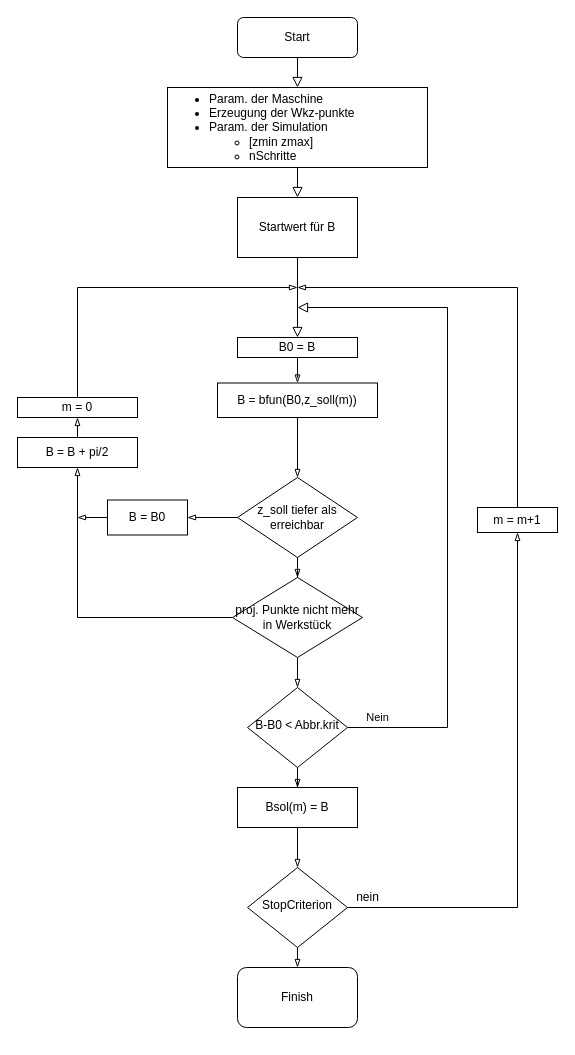
This is Untitled Diagram.drawio from ChrisCalzolaio/ba, a draw.io file, before an edit. Source tidied: cells renumbered, new cells numbered last; positions are measured from the earlier drawing's top-left corner, leaving out a move shared by most shapes. Both pictures are drawn from the tidied source at 100%, with x=0, y=0 at pixel (17, 17).
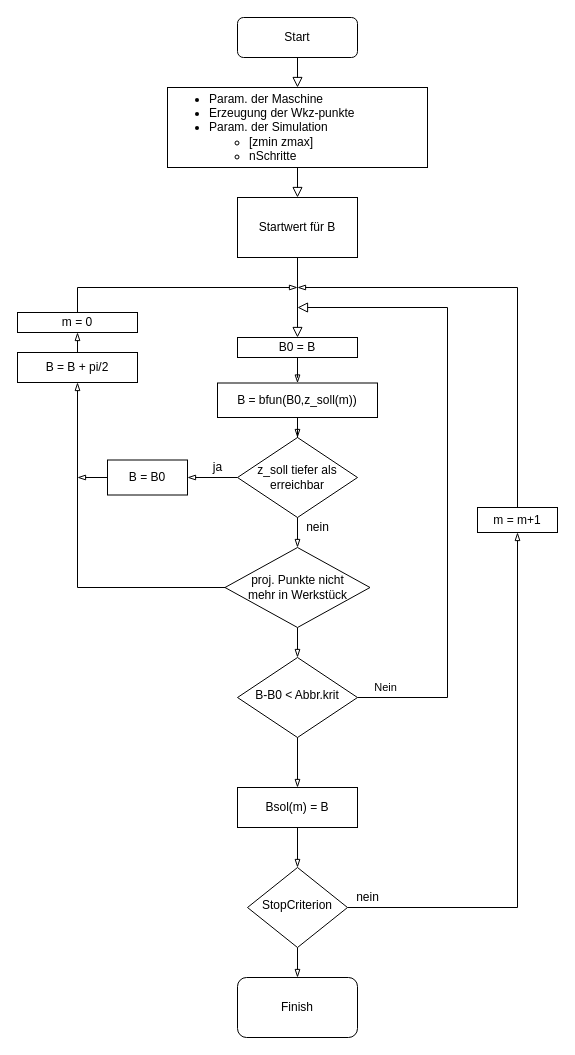
Above is the later version.

Commit message:
added break criterion for z_soll out of bounds

The edit, as a diff of the source:
```diff
@@
     <mxCell id="4" value="Nein" style="edgeStyle=orthogonalEdgeStyle;rounded=0;html=1;jettySize=auto;fontSize=11;endArrow=block;endFill=0;endSize=8;strokeWidth=1;shadow=0;labelBackgroundColor=none;" parent="1" edge="1" source="5">
       <mxGeometry x="-0.91" y="10" relative="1" as="geometry">
         <mxPoint x="280" y="290" as="targetPoint" />
         <Array as="points">
-          <mxPoint x="430" y="710" />
+          <mxPoint x="430" y="680" />
           <mxPoint x="430" y="290" />
         </Array>
       </mxGeometry>
     </mxCell>
     <mxCell id="5" value="B-B0 &amp;lt; Abbr.krit" style="rhombus;whiteSpace=wrap;html=1;shadow=0;fontFamily=Helvetica;fontSize=12;align=center;strokeWidth=1;spacing=6;spacingTop=-4;" parent="1" vertex="1">
-      <mxGeometry x="230" y="670" width="100" height="80" as="geometry" />
+      <mxGeometry x="220" y="640" width="120" height="80" as="geometry" />
     </mxCell>
@@
     <mxCell id="17" value="z_soll tiefer als erreichbar" style="rhombus;whiteSpace=wrap;html=1;" parent="1" vertex="1">
-      <mxGeometry x="220" y="460" width="120" height="80" as="geometry" />
+      <mxGeometry x="220" y="420" width="120" height="80" as="geometry" />
     </mxCell>
@@
     <mxCell id="20" value="B = B + pi/2" style="rounded=0;whiteSpace=wrap;html=1;" parent="1" vertex="1">
-      <mxGeometry y="420" width="120" height="30" as="geometry" />
+      <mxGeometry y="335" width="120" height="30" as="geometry" />
     </mxCell>
     <mxCell id="21" style="edgeStyle=orthogonalEdgeStyle;rounded=0;jettySize=auto;html=1;exitX=0;exitY=0.5;exitDx=0;exitDy=0;endArrow=blockThin;endFill=0;" parent="1" edge="1" source="22">
       <mxGeometry relative="1" as="geometry">
-        <mxPoint x="60" y="499.8" as="targetPoint" />
+        <mxPoint x="60" y="459.8" as="targetPoint" />
       </mxGeometry>
     </mxCell>
     <mxCell id="22" value="B = B0" style="rounded=0;whiteSpace=wrap;html=1;" parent="1" vertex="1">
-      <mxGeometry x="90" y="482.5" width="80" height="35" as="geometry" />
+      <mxGeometry x="90" y="442.5" width="80" height="35" as="geometry" />
     </mxCell>
@@
     <mxCell id="24" value="m = 0" style="rounded=0;whiteSpace=wrap;html=1;" parent="1" vertex="1">
-      <mxGeometry y="380" width="120" height="20" as="geometry" />
+      <mxGeometry y="295" width="120" height="20" as="geometry" />
     </mxCell>
@@
     <mxCell id="32" value="Finish" style="rounded=1;whiteSpace=wrap;html=1;" parent="1" vertex="1">
-      <mxGeometry x="220" y="950" width="120" height="60" as="geometry" />
+      <mxGeometry x="220" y="960" width="120" height="60" as="geometry" />
     </mxCell>
@@
-    <mxCell id="34" value="proj. Punkte nicht mehr in Werkstück" style="rhombus;whiteSpace=wrap;html=1;" parent="1" vertex="1">
-      <mxGeometry x="215" y="560" width="130" height="80" as="geometry" />
+    <mxCell id="34" value="proj. Punkte nicht&lt;br&gt;mehr in Werkstück" style="rhombus;whiteSpace=wrap;html=1;" parent="1" vertex="1">
+      <mxGeometry x="207.5" y="530" width="145" height="80" as="geometry" />
     </mxCell>
@@
+    <mxCell id="36" value="ja&lt;br&gt;" style="text;html=1;align=center;verticalAlign=middle;" parent="1" vertex="1">
+      <mxGeometry x="185" y="440" width="30" height="20" as="geometry" />
+    </mxCell>
+    <mxCell id="37" value="nein" style="text;html=1;align=center;verticalAlign=middle;" parent="1" vertex="1">
+      <mxGeometry x="280" y="500" width="40" height="20" as="geometry" />
+    </mxCell>
```
